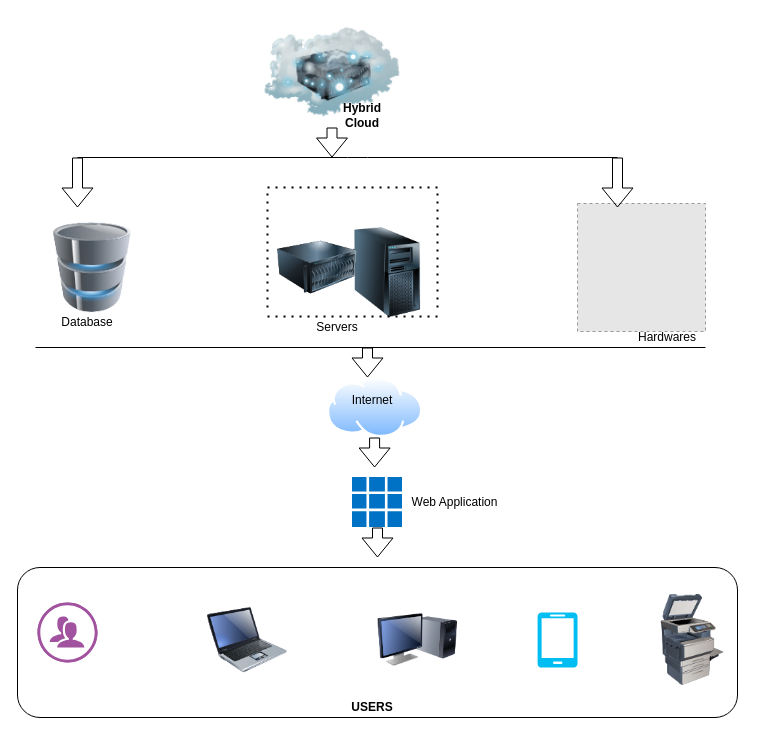
This is Untitled Diagram.drawio from Aceeka/Bio, a draw.io file, before an edit. Source tidied: cells renumbered, new cells numbered last; positions are measured from the earlier drawing's top-left corner, leaving out a move shared by most shapes. Both pictures are drawn from the tidied source at 100%, with x=0, y=0 at pixel (17, 27). Pictures stored in the file or linked from it are replaced by grey dashed boxes.
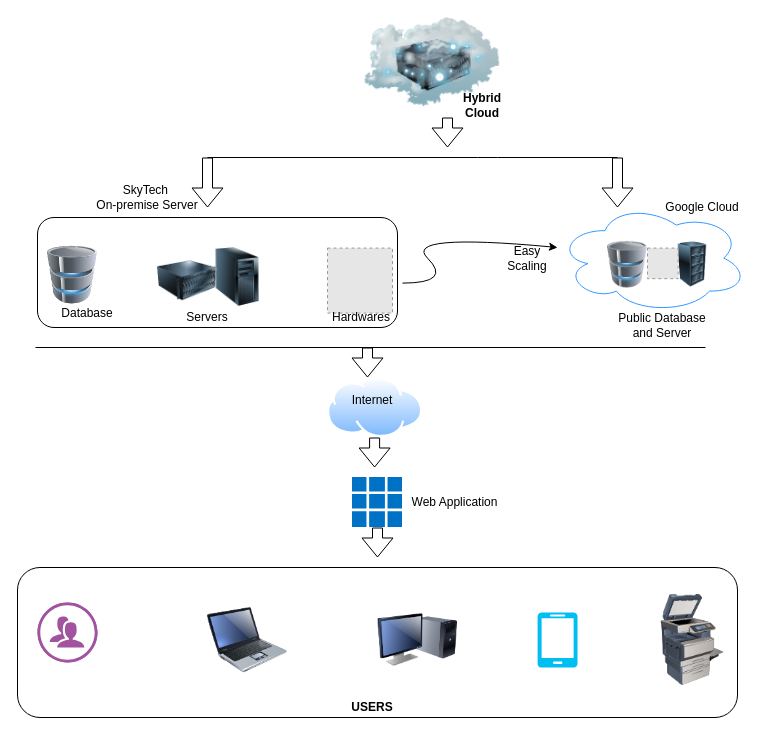
The same diagram, later.

The edit, as a diff of the source:
```diff
@@
+    <mxCell id="34" style="ellipse;shape=cloud;whiteSpace=wrap;html=1;strokeColor=#3399FF;" parent="1" vertex="1">
+      <mxGeometry x="540" y="175.6" width="190" height="110" as="geometry" />
+    </mxCell>
+    <mxCell id="35" style="rounded=1;whiteSpace=wrap;html=1;" parent="1" vertex="1">
+      <mxGeometry x="20" y="190" width="360" height="110" as="geometry" />
+    </mxCell>
@@
     <mxCell id="3" style="image;html=1;image=img/lib/clip_art/networking/Cloud_Server_128x128.png;" parent="1" vertex="1">
-      <mxGeometry x="210" width="210" height="90" as="geometry" />
+      <mxGeometry x="310" y="-10" width="210" height="90" as="geometry" />
     </mxCell>
     <mxCell id="4" style="image;html=1;image=img/lib/clip_art/computers/Database_128x128.png;" parent="1" vertex="1">
-      <mxGeometry x="30" y="195" width="90" height="90" as="geometry" />
+      <mxGeometry x="30" y="210" width="50" height="75" as="geometry" />
     </mxCell>
     <mxCell id="5" style="image;html=1;image=img/lib/clip_art/computers/Server_Tower_128x128.png;" parent="1" vertex="1">
-      <mxGeometry x="330" y="200" width="80" height="90" as="geometry" />
+      <mxGeometry x="190" y="220" width="60" height="58.8" as="geometry" />
     </mxCell>
     <mxCell id="6" style="image;html=1;image=img/lib/clip_art/computers/Server_128x128.png;" parent="1" vertex="1">
-      <mxGeometry x="260" y="200" width="80" height="80" as="geometry" />
+      <mxGeometry x="140" y="230" width="60" height="46.2" as="geometry" />
     </mxCell>
     <mxCell id="7" style="fillColor=#E6E6E6;strokeColor=#999999;dashed=1;html=1;verticalAlign=top;verticalLabelPosition=bottom;labelBackgroundColor=#ffffff;" parent="1" vertex="1">
-      <mxGeometry x="560" y="176" width="128" height="128" as="geometry" />
+      <mxGeometry x="310" y="220.6" width="65" height="65" as="geometry" />
     </mxCell>
@@
     <mxCell id="22" value="Database" style="text;html=1;strokeColor=none;fillColor=none;align=center;verticalAlign=middle;whiteSpace=wrap;rounded=0;" parent="1" vertex="1">
-      <mxGeometry x="50" y="285" width="40" height="20" as="geometry" />
+      <mxGeometry x="50" y="276.2" width="40" height="20" as="geometry" />
     </mxCell>
     <mxCell id="23" value="Servers&lt;br&gt;" style="text;html=1;strokeColor=none;fillColor=none;align=center;verticalAlign=middle;whiteSpace=wrap;rounded=0;" parent="1" vertex="1">
-      <mxGeometry x="300" y="290" width="40" height="20" as="geometry" />
+      <mxGeometry x="170" y="280" width="40" height="20" as="geometry" />
     </mxCell>
     <mxCell id="24" value="Hardwares&lt;br&gt;" style="text;html=1;strokeColor=none;fillColor=none;align=center;verticalAlign=middle;whiteSpace=wrap;rounded=0;" parent="1" vertex="1">
-      <mxGeometry x="630" y="300" width="40" height="20" as="geometry" />
+      <mxGeometry x="324" y="280" width="40" height="20" as="geometry" />
     </mxCell>
     <mxCell id="25" style="endArrow=none;html=1;" parent="1" edge="1">
       <mxGeometry relative="1" as="geometry">
-        <mxPoint x="60" y="130" as="sourcePoint" />
+        <mxPoint x="190" y="130" as="sourcePoint" />
         <mxPoint x="600" y="130" as="targetPoint" />
         <Array as="points">
-          <mxPoint x="340" y="130" />
+          <mxPoint x="470" y="130" />
         </Array>
       </mxGeometry>
     </mxCell>
     <mxCell id="26" style="shape=flexArrow;endArrow=classic;html=1;" parent="1" edge="1">
       <mxGeometry relative="1" as="geometry">
-        <mxPoint x="314.5" y="100" as="sourcePoint" />
-        <mxPoint x="314.5" y="130" as="targetPoint" />
+        <mxPoint x="430" y="90" as="sourcePoint" />
+        <mxPoint x="430" y="120" as="targetPoint" />
       </mxGeometry>
     </mxCell>
     <mxCell id="27" style="shape=flexArrow;endArrow=classic;html=1;" parent="1" edge="1">
       <mxGeometry relative="1" as="geometry">
-        <mxPoint x="60" y="130" as="sourcePoint" />
-        <mxPoint x="60" y="180" as="targetPoint" />
+        <mxPoint x="190" y="130" as="sourcePoint" />
+        <mxPoint x="190" y="180" as="targetPoint" />
       </mxGeometry>
     </mxCell>
@@
-    <mxCell id="29" style="endArrow=none;dashed=1;html=1;dashPattern=1 3;strokeWidth=2;" parent="1" edge="1">
-      <mxGeometry relative="1" as="geometry">
-        <mxPoint x="250" y="160" as="sourcePoint" />
-        <mxPoint x="420" y="160" as="targetPoint" />
-      </mxGeometry>
-    </mxCell>
-    <mxCell id="30" style="endArrow=none;dashed=1;html=1;dashPattern=1 3;strokeWidth=2;" parent="1" edge="1">
-      <mxGeometry relative="1" as="geometry">
-        <mxPoint x="250" y="280" as="sourcePoint" />
-        <mxPoint x="250" y="160" as="targetPoint" />
-      </mxGeometry>
-    </mxCell>
-    <mxCell id="31" style="endArrow=none;dashed=1;html=1;dashPattern=1 3;strokeWidth=2;" parent="1" edge="1">
-      <mxGeometry relative="1" as="geometry">
-        <mxPoint x="420" y="280" as="sourcePoint" />
-        <mxPoint x="420" y="160" as="targetPoint" />
-      </mxGeometry>
-    </mxCell>
-    <mxCell id="32" style="endArrow=none;dashed=1;html=1;dashPattern=1 3;strokeWidth=2;" parent="1" edge="1">
-      <mxGeometry relative="1" as="geometry">
-        <mxPoint x="250" y="289" as="sourcePoint" />
-        <mxPoint x="420" y="289" as="targetPoint" />
-      </mxGeometry>
-    </mxCell>
     <mxCell id="33" value="&lt;b&gt;Hybrid Cloud&lt;/b&gt;" style="text;html=1;strokeColor=none;fillColor=none;align=center;verticalAlign=middle;whiteSpace=wrap;rounded=0;" parent="1" vertex="1">
-      <mxGeometry x="310" y="60" width="70" height="55" as="geometry" />
+      <mxGeometry x="430" y="50" width="70" height="55" as="geometry" />
     </mxCell>
+    <mxCell id="36" value="SkyTech&amp;nbsp;&lt;br&gt;On-premise Server&lt;br&gt;" style="text;html=1;strokeColor=none;fillColor=none;align=center;verticalAlign=middle;whiteSpace=wrap;rounded=0;" parent="1" vertex="1">
+      <mxGeometry x="60" y="160" width="140" height="20" as="geometry" />
+    </mxCell>
+    <mxCell id="37" style="image;html=1;image=img/lib/clip_art/computers/Server_Rack_128x128.png;" parent="1" vertex="1">
+      <mxGeometry x="650" y="214.4" width="50" height="45.4" as="geometry" />
+    </mxCell>
+    <mxCell id="38" style="image;html=1;image=img/lib/clip_art/computers/Database_128x128.png;" parent="1" vertex="1">
+      <mxGeometry x="590" y="210" width="40" height="54.3" as="geometry" />
+    </mxCell>
+    <mxCell id="39" value="Public Database and Server&lt;br&gt;" style="text;html=1;strokeColor=none;fillColor=none;align=center;verticalAlign=middle;whiteSpace=wrap;rounded=0;" parent="1" vertex="1">
+      <mxGeometry x="600" y="276.2" width="90" height="44.4" as="geometry" />
+    </mxCell>
+    <mxCell id="40" value="Google Cloud&lt;br&gt;" style="text;html=1;strokeColor=none;fillColor=none;align=center;verticalAlign=middle;whiteSpace=wrap;rounded=0;" parent="1" vertex="1">
+      <mxGeometry x="630" y="170" width="110" height="20" as="geometry" />
+    </mxCell>
+    <mxCell id="41" style="fillColor=#E6E6E6;strokeColor=#999999;dashed=1;html=1;verticalAlign=top;verticalLabelPosition=bottom;labelBackgroundColor=#ffffff;" parent="1" vertex="1">
+      <mxGeometry x="630" y="220.6" width="30.6" height="30.6" as="geometry" />
+    </mxCell>
+    <mxCell id="42" style="curved=1;endArrow=classic;html=1;" parent="1" edge="1">
+      <mxGeometry relative="1" as="geometry">
+        <mxPoint x="385" y="255.6" as="sourcePoint" />
+        <mxPoint x="540" y="220" as="targetPoint" />
+        <Array as="points">
+          <mxPoint x="435" y="255.6" />
+          <mxPoint x="385" y="205.6" />
+        </Array>
+      </mxGeometry>
+    </mxCell>
+    <mxCell id="43" value="Easy Scaling&lt;br&gt;" style="text;html=1;strokeColor=none;fillColor=none;align=center;verticalAlign=middle;whiteSpace=wrap;rounded=0;" parent="1" vertex="1">
+      <mxGeometry x="490" y="220.6" width="40" height="20" as="geometry" />
+    </mxCell>
```
